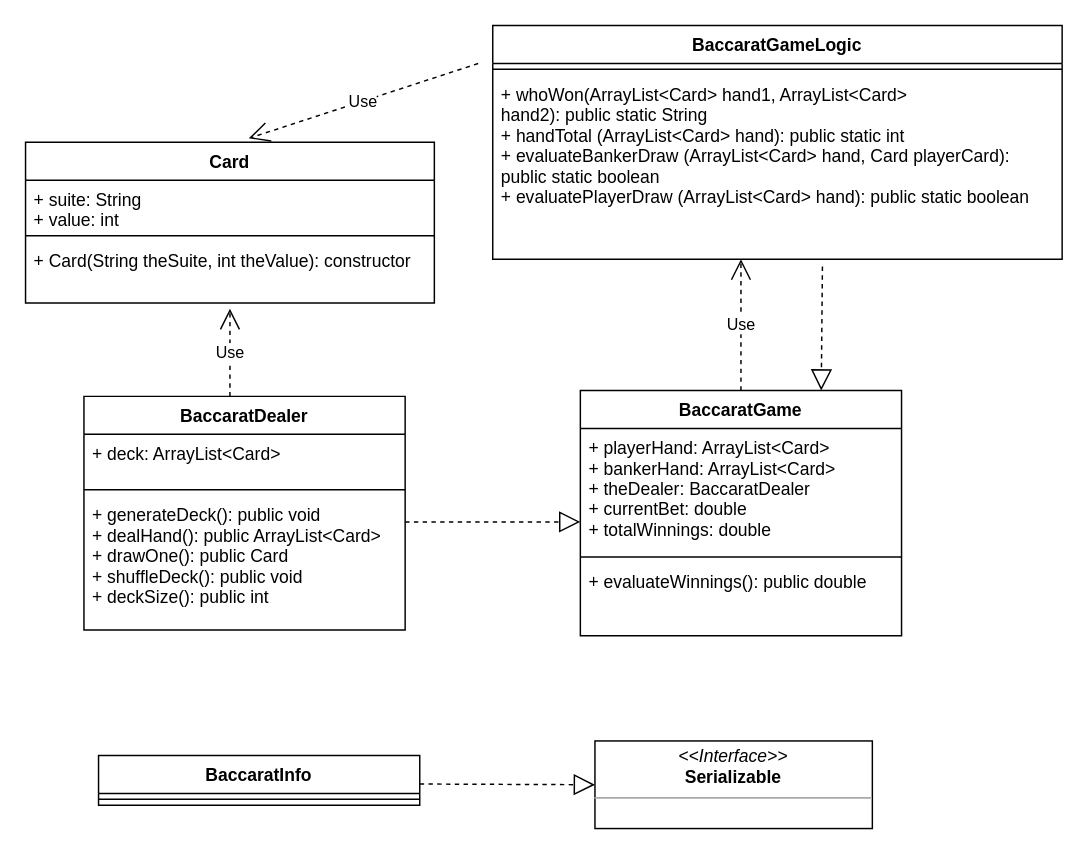
This is page "Server UML Diagram" (1 of 3) of networked_baccarat.drawio from meganmehta/baccarat_game, a draw.io file, before an edit. Source tidied: cells renumbered, new cells numbered last; positions are measured from the earlier drawing's top-left corner, leaving out a move shared by most shapes. Both pictures are drawn from the tidied source at 146%, with x=0, y=0 at pixel (25, 25).
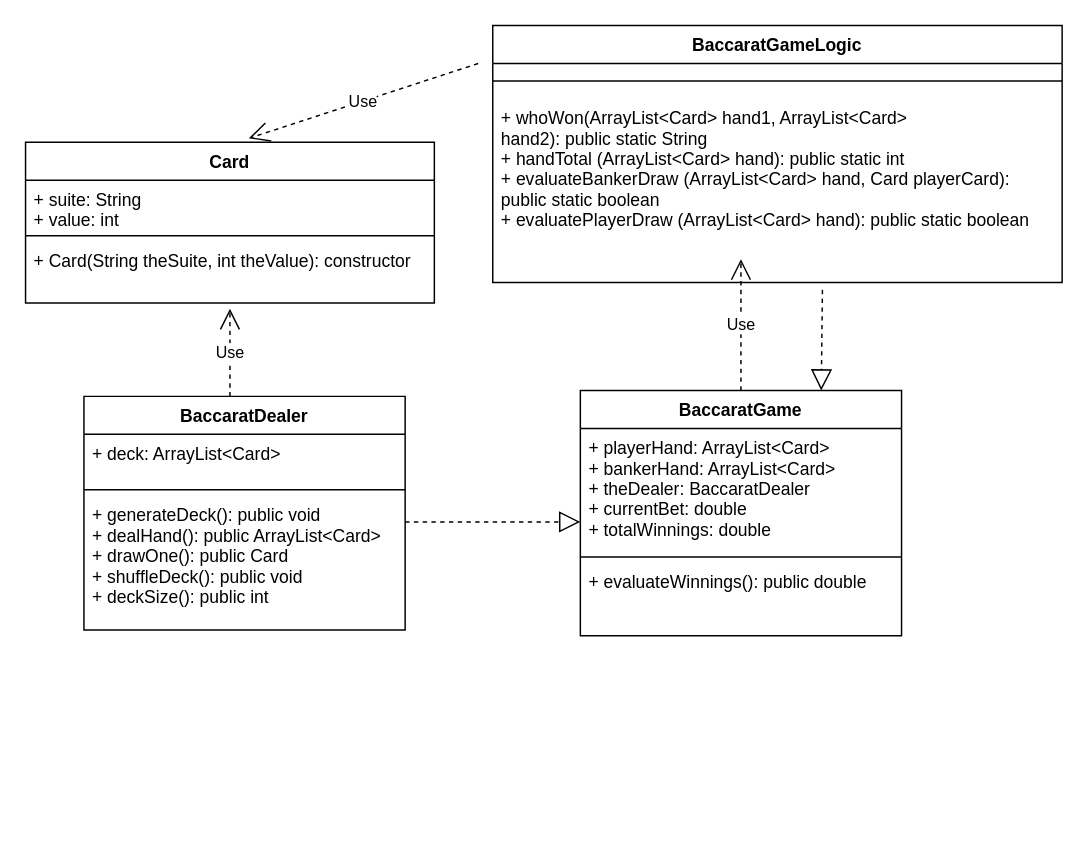
The same page after the edit.

What changed in the source:
```diff
@@
     <mxCell id="6" value="BaccaratGameLogic" style="swimlane;fontStyle=1;align=center;verticalAlign=top;horizontal=1;startSize=26;" parent="1" vertex="1">
-      <mxGeometry x="320" width="390" height="160" as="geometry" />
+      <mxGeometry x="320" width="390" height="176" as="geometry" />
     </mxCell>
@@
     <mxCell id="8" style="line;strokeWidth=1;fillColor=none;align=left;verticalAlign=middle;spacingTop=-1;spacingLeft=3;spacingRight=3;labelPosition=right;" parent="6" vertex="1">
-      <mxGeometry y="26" width="390" height="8" as="geometry" />
+      <mxGeometry y="26" width="390" height="24" as="geometry" />
     </mxCell>
     <mxCell id="9" value="+ whoWon(ArrayList&lt;Card&gt; hand1, ArrayList&lt;Card&gt;&#10;hand2): public static String&#10;+ handTotal (ArrayList&lt;Card&gt; hand): public static int &#10;+ evaluateBankerDraw (ArrayList&lt;Card&gt; hand, Card playerCard): &#10;public static boolean &#10;+ evaluatePlayerDraw (ArrayList&lt;Card&gt; hand): public static boolean" style="text;strokeColor=none;fillColor=none;align=left;verticalAlign=top;spacingLeft=4;spacingRight=4;overflow=hidden;points=[[0,0.5],[1,0.5]];portConstraint=eastwest;" parent="6" vertex="1">
-      <mxGeometry y="34" width="390" height="126" as="geometry" />
+      <mxGeometry y="50" width="390" height="126" as="geometry" />
     </mxCell>
@@
-    <mxCell id="22" value="&lt;p style=&quot;margin: 0px ; margin-top: 4px ; text-align: center&quot;&gt;&lt;i&gt;&amp;lt;&amp;lt;Interface&amp;gt;&amp;gt;&lt;/i&gt;&lt;br&gt;&lt;b&gt;Serializable&lt;/b&gt;&lt;/p&gt;&lt;hr size=&quot;1&quot;&gt;&lt;p style=&quot;margin: 0px ; margin-left: 4px&quot;&gt;&lt;br&gt;&lt;/p&gt;&lt;hr size=&quot;1&quot;&gt;&lt;p style=&quot;margin: 0px ; margin-left: 4px&quot;&gt;&lt;br&gt;&lt;/p&gt;" style="verticalAlign=top;align=left;overflow=fill;fontSize=12;fontFamily=Helvetica;html=1;" parent="1" vertex="1">
-      <mxGeometry x="390" y="490" width="190" height="60" as="geometry" />
-    </mxCell>
-    <mxCell id="23" value="BaccaratInfo" style="swimlane;fontStyle=1;align=center;verticalAlign=top;horizontal=1;startSize=26;" parent="1" vertex="1">
-      <mxGeometry x="50" y="500" width="220" height="34" as="geometry" />
-    </mxCell>
-    <mxCell id="24" style="line;strokeWidth=1;fillColor=none;align=left;verticalAlign=middle;spacingTop=-1;spacingLeft=3;spacingRight=3;labelPosition=right;" parent="23" vertex="1">
-      <mxGeometry y="26" width="220" height="8" as="geometry" />
-    </mxCell>
-    <mxCell id="25" style="endArrow=block;dashed=1;endFill=0;endSize=12;html=1;rounded=0;" parent="1" edge="1">
-      <mxGeometry relative="1" as="geometry">
-        <mxPoint x="270" y="519.5" as="sourcePoint" />
-        <mxPoint x="390" y="520" as="targetPoint" />
-      </mxGeometry>
-    </mxCell>
```
